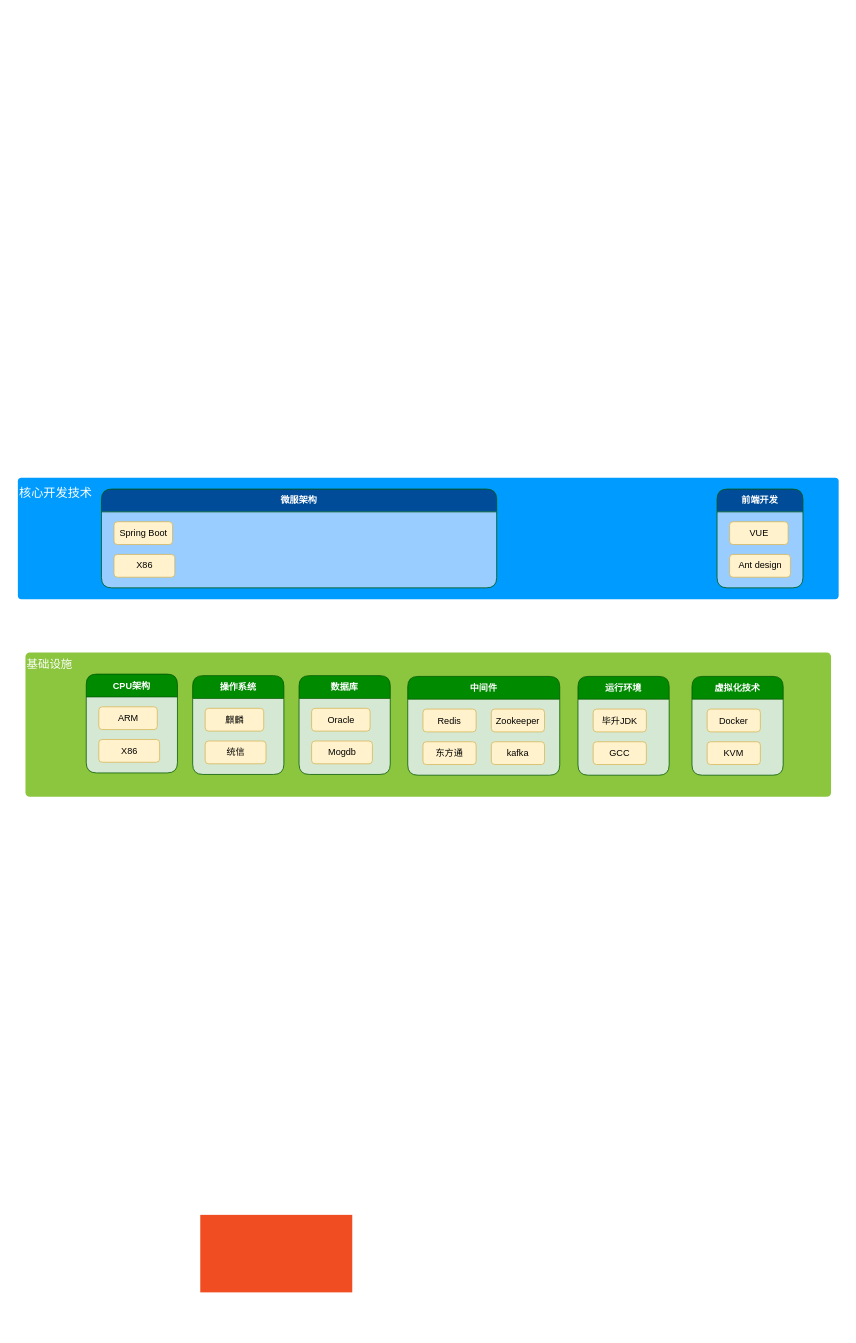
The draw.io diagram page "第 2 页" (2 of 2) of 未命名绘图.drawio in jiajw0426/docsify, before the edit. Source tidied: cells renumbered, new cells numbered last; positions are measured from the earlier drawing's top-left corner, leaving out a move shared by most shapes. Both pictures are drawn from the tidied source at 76%, with x=0, y=0 at pixel (17, 477).
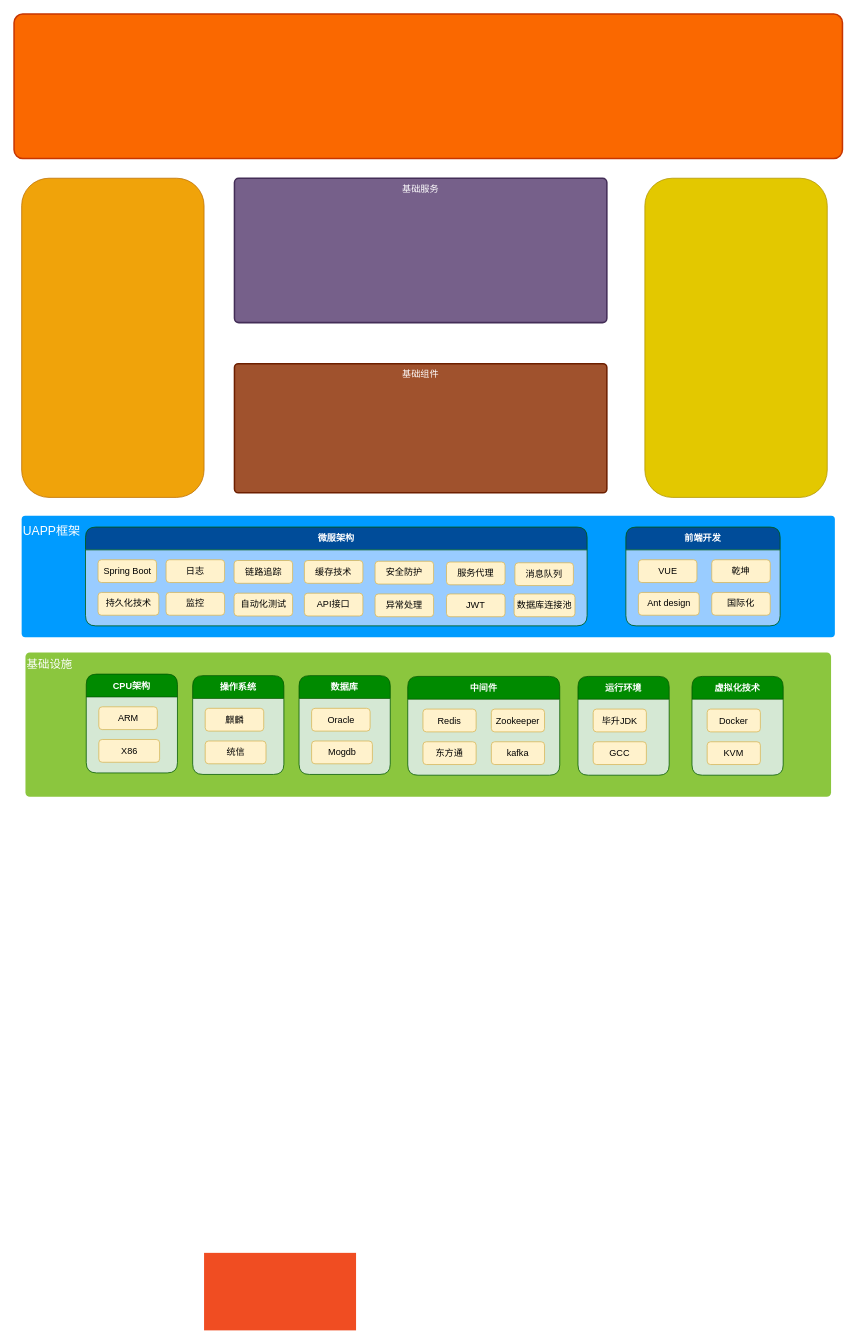
Above is the later version.

Commit message:
更新未命名绘图.drawio

What changed in the source:
```diff
@@
-    <mxCell id="2" value="核心开发技术" style="whiteSpace=wrap;html=1;rounded=1;shadow=0;strokeColor=none;strokeWidth=2;fillColor=#009BFF;fontSize=16;fontColor=#FFFFFF;align=left;arcSize=3;verticalAlign=top;spacingTop=4;labelPosition=center;verticalLabelPosition=middle;" parent="1" vertex="1">
-      <mxGeometry width="1080" height="160" as="geometry" />
+    <mxCell id="2" value="UAPP框架" style="whiteSpace=wrap;html=1;rounded=1;shadow=0;strokeColor=none;strokeWidth=2;fillColor=#009BFF;fontSize=16;fontColor=#FFFFFF;align=left;arcSize=3;verticalAlign=top;spacingTop=4;labelPosition=center;verticalLabelPosition=middle;" parent="1" vertex="1">
+      <mxGeometry x="5" y="50" width="1070" height="160" as="geometry" />
     </mxCell>
@@
     <mxCell id="4" style="rounded=0;whiteSpace=wrap;html=1;shadow=0;strokeWidth=2;fillColor=#F04D22;fontSize=12;fontColor=#FFFFFF;align=center;strokeColor=none;arcSize=6;verticalAlign=top;" parent="1" vertex="1">
-      <mxGeometry x="240" y="970" width="200" height="102" as="geometry" />
+      <mxGeometry x="245" y="1020" width="200" height="102" as="geometry" />
     </mxCell>
@@
     <mxCell id="25" value="微服架构" style="swimlane;whiteSpace=wrap;html=1;rounded=1;strokeColor=#005700;align=center;verticalAlign=middle;fontFamily=Helvetica;fontSize=12;fillColor=#004C99;startSize=30;swimlaneFillColor=#99CCFF;fontColor=#ffffff;" parent="1" vertex="1">
-      <mxGeometry x="110" y="15" width="520" height="130" as="geometry" />
+      <mxGeometry x="89" y="65" width="660" height="130" as="geometry" />
     </mxCell>
@@
-    <mxCell id="27" value="X86" style="rounded=1;whiteSpace=wrap;html=1;strokeColor=#d6b656;align=center;verticalAlign=middle;fontFamily=Helvetica;fontSize=12;fillColor=#fff2cc;" parent="25" vertex="1">
+    <mxCell id="27" value="持久化技术" style="rounded=1;whiteSpace=wrap;html=1;strokeColor=#d6b656;align=center;verticalAlign=middle;fontFamily=Helvetica;fontSize=12;fillColor=#fff2cc;" parent="25" vertex="1">
       <mxGeometry x="16.5" y="86" width="80" height="30" as="geometry" />
     </mxCell>
+    <mxCell id="31" value="日志" style="rounded=1;whiteSpace=wrap;html=1;strokeColor=#d6b656;align=center;verticalAlign=middle;fontFamily=Helvetica;fontSize=12;fillColor=#fff2cc;" parent="25" vertex="1">
+      <mxGeometry x="106" y="43" width="77" height="30" as="geometry" />
+    </mxCell>
+    <mxCell id="32" value="监控" style="rounded=1;whiteSpace=wrap;html=1;strokeColor=#d6b656;align=center;verticalAlign=middle;fontFamily=Helvetica;fontSize=12;fillColor=#fff2cc;" parent="25" vertex="1">
+      <mxGeometry x="106" y="86" width="77" height="30" as="geometry" />
+    </mxCell>
+    <mxCell id="33" value="链路追踪" style="rounded=1;whiteSpace=wrap;html=1;strokeColor=#d6b656;align=center;verticalAlign=middle;fontFamily=Helvetica;fontSize=12;fillColor=#fff2cc;" parent="25" vertex="1">
+      <mxGeometry x="195.5" y="44" width="77" height="30" as="geometry" />
+    </mxCell>
+    <mxCell id="34" value="自动化测试" style="rounded=1;whiteSpace=wrap;html=1;strokeColor=#d6b656;align=center;verticalAlign=middle;fontFamily=Helvetica;fontSize=12;fillColor=#fff2cc;" parent="25" vertex="1">
+      <mxGeometry x="195.5" y="87" width="77" height="30" as="geometry" />
+    </mxCell>
+    <mxCell id="35" value="缓存技术" style="rounded=1;whiteSpace=wrap;html=1;strokeColor=#d6b656;align=center;verticalAlign=middle;fontFamily=Helvetica;fontSize=12;fillColor=#fff2cc;" parent="25" vertex="1">
+      <mxGeometry x="288" y="44" width="77" height="30" as="geometry" />
+    </mxCell>
+    <mxCell id="36" value="API接口" style="rounded=1;whiteSpace=wrap;html=1;strokeColor=#d6b656;align=center;verticalAlign=middle;fontFamily=Helvetica;fontSize=12;fillColor=#fff2cc;" parent="25" vertex="1">
+      <mxGeometry x="288" y="87" width="77" height="30" as="geometry" />
+    </mxCell>
+    <mxCell id="37" value="安全防护" style="rounded=1;whiteSpace=wrap;html=1;strokeColor=#d6b656;align=center;verticalAlign=middle;fontFamily=Helvetica;fontSize=12;fillColor=#fff2cc;" parent="25" vertex="1">
+      <mxGeometry x="381" y="45" width="77" height="30" as="geometry" />
+    </mxCell>
+    <mxCell id="38" value="异常处理" style="rounded=1;whiteSpace=wrap;html=1;strokeColor=#d6b656;align=center;verticalAlign=middle;fontFamily=Helvetica;fontSize=12;fillColor=#fff2cc;" parent="25" vertex="1">
+      <mxGeometry x="381" y="88" width="77" height="30" as="geometry" />
+    </mxCell>
+    <mxCell id="39" value="服务代理" style="rounded=1;whiteSpace=wrap;html=1;strokeColor=#d6b656;align=center;verticalAlign=middle;fontFamily=Helvetica;fontSize=12;fillColor=#fff2cc;" parent="25" vertex="1">
+      <mxGeometry x="475" y="46" width="77" height="30" as="geometry" />
+    </mxCell>
+    <mxCell id="40" value="JWT" style="rounded=1;whiteSpace=wrap;html=1;strokeColor=#d6b656;align=center;verticalAlign=middle;fontFamily=Helvetica;fontSize=12;fillColor=#fff2cc;" parent="25" vertex="1">
+      <mxGeometry x="475" y="88" width="77" height="30" as="geometry" />
+    </mxCell>
+    <mxCell id="41" value="消息队列" style="rounded=1;whiteSpace=wrap;html=1;strokeColor=#d6b656;align=center;verticalAlign=middle;fontFamily=Helvetica;fontSize=12;fillColor=#fff2cc;" parent="25" vertex="1">
+      <mxGeometry x="565" y="47" width="77" height="30" as="geometry" />
+    </mxCell>
+    <mxCell id="42" value="数据库连接池" style="rounded=1;whiteSpace=wrap;html=1;strokeColor=#d6b656;align=center;verticalAlign=middle;fontFamily=Helvetica;fontSize=12;fillColor=#fff2cc;" parent="25" vertex="1">
+      <mxGeometry x="564" y="88" width="80" height="30" as="geometry" />
+    </mxCell>
     <mxCell id="28" value="前端开发" style="swimlane;whiteSpace=wrap;html=1;rounded=1;strokeColor=#005700;align=center;verticalAlign=middle;fontFamily=Helvetica;fontSize=12;fillColor=#004C99;startSize=30;swimlaneFillColor=#99CCFF;fontColor=#ffffff;" parent="1" vertex="1">
-      <mxGeometry x="920" y="15" width="113" height="130" as="geometry" />
+      <mxGeometry x="800" y="65" width="203" height="130" as="geometry" />
     </mxCell>
@@
+    <mxCell id="43" value="乾坤" style="rounded=1;whiteSpace=wrap;html=1;strokeColor=#d6b656;align=center;verticalAlign=middle;fontFamily=Helvetica;fontSize=12;fillColor=#fff2cc;" parent="28" vertex="1">
+      <mxGeometry x="113" y="43" width="77" height="30" as="geometry" />
+    </mxCell>
+    <mxCell id="44" value="国际化" style="rounded=1;whiteSpace=wrap;html=1;strokeColor=#d6b656;align=center;verticalAlign=middle;fontFamily=Helvetica;fontSize=12;fillColor=#fff2cc;" parent="28" vertex="1">
+      <mxGeometry x="113" y="86" width="77" height="30" as="geometry" />
+    </mxCell>
+    <mxCell id="45" value="基础服务" style="rounded=1;whiteSpace=wrap;html=1;shadow=0;strokeWidth=2;fillColor=#76608a;fontSize=12;fontColor=#ffffff;align=center;strokeColor=#432D57;arcSize=3;verticalAlign=top;" parent="1" vertex="1">
+      <mxGeometry x="285" y="-394" width="490" height="190" as="geometry" />
+    </mxCell>
+    <mxCell id="46" style="rounded=1;whiteSpace=wrap;html=1;shadow=0;strokeWidth=2;fillColor=#fa6800;fontSize=12;fontColor=#000000;align=center;strokeColor=#C73500;arcSize=6;verticalAlign=top;" parent="1" vertex="1">
+      <mxGeometry x="-5" y="-610" width="1090" height="190" as="geometry" />
+    </mxCell>
+    <mxCell id="47" style="rounded=1;whiteSpace=wrap;html=1;strokeColor=#BD7000;align=center;verticalAlign=middle;fontFamily=Helvetica;fontSize=12;fontColor=#000000;fillColor=#f0a30a;" parent="1" vertex="1">
+      <mxGeometry x="5" y="-394" width="240" height="420" as="geometry" />
+    </mxCell>
+    <mxCell id="48" style="rounded=1;whiteSpace=wrap;html=1;strokeColor=#B09500;align=center;verticalAlign=middle;fontFamily=Helvetica;fontSize=12;fontColor=#000000;fillColor=#e3c800;" parent="1" vertex="1">
+      <mxGeometry x="825" y="-394" width="240" height="420" as="geometry" />
+    </mxCell>
+    <mxCell id="49" value="基础组件" style="rounded=1;whiteSpace=wrap;html=1;shadow=0;strokeWidth=2;fillColor=#a0522d;fontSize=12;fontColor=#ffffff;align=center;strokeColor=#6D1F00;arcSize=3;verticalAlign=top;" parent="1" vertex="1">
+      <mxGeometry x="285" y="-150" width="490" height="170" as="geometry" />
+    </mxCell>
```
